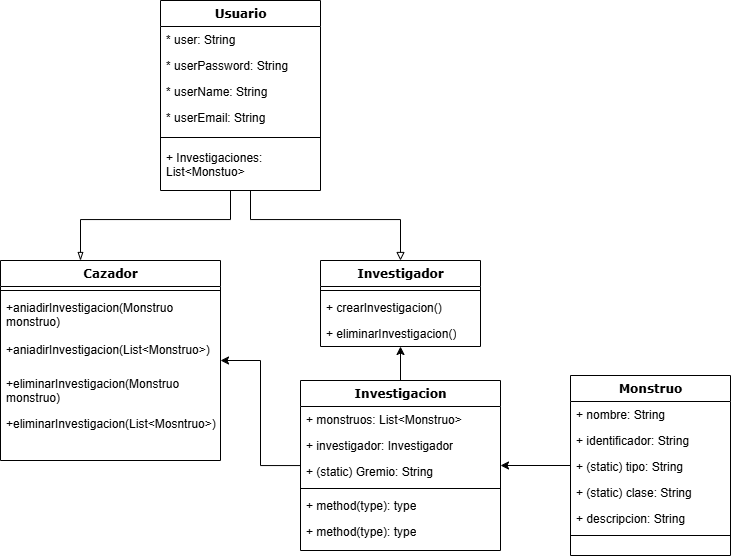
Above: images/diagrama-de-clases.drawio.png in eduardosmoralesglez/diario-del-cazador-mhw (draw.io), before the change. Source tidied: cells renumbered, new cells last; positions are measured from the earlier drawing's top-left corner, leaving out a move shared by most shapes.
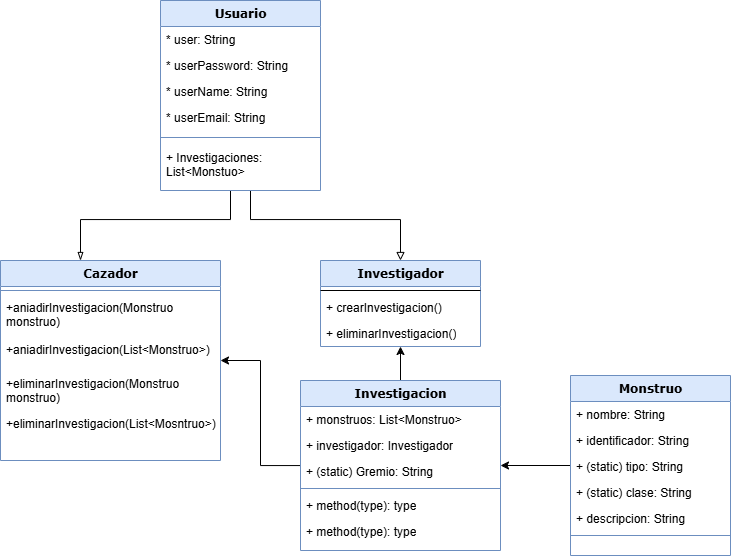
The same file after the commit.

What changed in the source:
```diff
@@ -18,7 +18,7 @@
         </Array>
       </mxGeometry>
     </mxCell>
-    <mxCell id="4" value="Usuario" style="swimlane;html=1;fontStyle=1;align=center;verticalAlign=top;horizontal=1;startSize=26;swimlaneFillColor=#ffffff;rounded=0;shadow=0;comic=0;labelBackgroundColor=none;strokeWidth=1;fillColor=none;fontFamily=Verdana;fontSize=12;" parent="1" vertex="1">
+    <mxCell id="4" value="Usuario" style="swimlane;html=1;fontStyle=1;align=center;verticalAlign=top;horizontal=1;startSize=26;swimlaneFillColor=#ffffff;rounded=0;shadow=0;comic=0;labelBackgroundColor=none;strokeWidth=1;fillColor=#dae8fc;fontFamily=Verdana;fontSize=12;strokeColor=#6c8ebf;" parent="1" vertex="1">
       <mxGeometry x="160" width="160" height="190" as="geometry" />
     </mxCell>
     <mxCell id="5" value="* user: String" style="text;html=1;strokeColor=none;fillColor=none;align=left;verticalAlign=top;spacingLeft=4;spacingRight=4;whiteSpace=wrap;overflow=hidden;" parent="4" vertex="1">
@@ -33,16 +33,16 @@
     <mxCell id="8" value="* userEmail: String" style="text;html=1;strokeColor=none;fillColor=none;align=left;verticalAlign=top;spacingLeft=4;spacingRight=4;whiteSpace=wrap;overflow=hidden;" parent="4" vertex="1">
       <mxGeometry y="104" width="160" height="26" as="geometry" />
     </mxCell>
-    <mxCell id="9" style="line;html=1;strokeWidth=1;fillColor=none;align=left;verticalAlign=middle;spacingTop=-1;spacingLeft=3;spacingRight=3;labelPosition=right;" parent="4" vertex="1">
+    <mxCell id="9" style="line;html=1;strokeWidth=1;fillColor=#dae8fc;align=left;verticalAlign=middle;spacingTop=-1;spacingLeft=3;spacingRight=3;labelPosition=right;strokeColor=#6c8ebf;" parent="4" vertex="1">
       <mxGeometry y="130" width="160" height="14" as="geometry" />
     </mxCell>
     <mxCell id="10" value="+ Investigaciones: List&amp;lt;Monstuo&amp;gt;" style="text;html=1;strokeColor=none;fillColor=none;align=left;verticalAlign=top;spacingLeft=4;spacingRight=4;whiteSpace=wrap;overflow=hidden;" parent="4" vertex="1">
       <mxGeometry y="144" width="160" height="46" as="geometry" />
     </mxCell>
-    <mxCell id="11" value="Cazador" style="swimlane;html=1;fontStyle=1;align=center;verticalAlign=top;horizontal=1;startSize=26;swimlaneFillColor=#ffffff;rounded=0;shadow=0;comic=0;labelBackgroundColor=none;strokeWidth=1;fillColor=none;fontFamily=Verdana;fontSize=12;" parent="1" vertex="1">
+    <mxCell id="11" value="Cazador" style="swimlane;html=1;fontStyle=1;align=center;verticalAlign=top;horizontal=1;startSize=26;swimlaneFillColor=#ffffff;rounded=0;shadow=0;comic=0;labelBackgroundColor=none;strokeWidth=1;fillColor=#dae8fc;fontFamily=Verdana;fontSize=12;strokeColor=#6c8ebf;" parent="1" vertex="1">
       <mxGeometry y="260" width="220" height="200" as="geometry" />
     </mxCell>
-    <mxCell id="12" style="line;html=1;strokeWidth=1;fillColor=none;align=left;verticalAlign=middle;spacingTop=-1;spacingLeft=3;spacingRight=3;labelPosition=right;" parent="11" vertex="1">
+    <mxCell id="12" style="line;html=1;strokeWidth=1;fillColor=#dae8fc;align=left;verticalAlign=middle;spacingTop=-1;spacingLeft=3;spacingRight=3;labelPosition=right;strokeColor=#6c8ebf;" parent="11" vertex="1">
       <mxGeometry y="26" width="220" height="8" as="geometry" />
     </mxCell>
     <mxCell id="13" value="+aniadirInvestigacion(Monstruo monstruo)" style="text;html=1;strokeColor=none;fillColor=none;align=left;verticalAlign=top;spacingLeft=4;spacingRight=4;whiteSpace=wrap;overflow=hidden;" parent="11" vertex="1">
@@ -57,7 +57,7 @@
     <mxCell id="16" value="+eliminarInvestigacion(List&amp;lt;Mosntruo&amp;gt;)" style="text;html=1;strokeColor=none;fillColor=none;align=left;verticalAlign=top;spacingLeft=4;spacingRight=4;whiteSpace=wrap;overflow=hidden;" parent="11" vertex="1">
       <mxGeometry y="150" width="220" height="50" as="geometry" />
     </mxCell>
-    <mxCell id="17" value="Investigador" style="swimlane;html=1;fontStyle=1;align=center;verticalAlign=top;horizontal=1;startSize=26;swimlaneFillColor=#ffffff;rounded=0;shadow=0;comic=0;labelBackgroundColor=none;strokeWidth=1;fillColor=none;fontFamily=Verdana;fontSize=12;" parent="1" vertex="1">
+    <mxCell id="17" value="Investigador" style="swimlane;html=1;fontStyle=1;align=center;verticalAlign=top;horizontal=1;startSize=26;swimlaneFillColor=#ffffff;rounded=0;shadow=0;comic=0;labelBackgroundColor=none;strokeWidth=1;fillColor=#dae8fc;fontFamily=Verdana;fontSize=12;strokeColor=#6c8ebf;" parent="1" vertex="1">
       <mxGeometry x="320" y="260" width="160" height="86" as="geometry" />
     </mxCell>
     <mxCell id="18" style="line;html=1;strokeWidth=1;fillColor=none;align=left;verticalAlign=middle;spacingTop=-1;spacingLeft=3;spacingRight=3;labelPosition=right;" parent="17" vertex="1">
@@ -75,7 +75,7 @@
     <mxCell id="22" style="edgeStyle=orthogonalEdgeStyle;rounded=0;jettySize=auto;html=1;" parent="1" edge="1" source="23" target="17">
       <mxGeometry relative="1" as="geometry" />
     </mxCell>
-    <mxCell id="23" value="Investigacion" style="swimlane;html=1;fontStyle=1;align=center;verticalAlign=top;horizontal=1;startSize=26;swimlaneFillColor=#ffffff;rounded=0;shadow=0;comic=0;labelBackgroundColor=none;strokeWidth=1;fillColor=none;fontFamily=Verdana;fontSize=12;" parent="1" vertex="1">
+    <mxCell id="23" value="Investigacion" style="swimlane;html=1;fontStyle=1;align=center;verticalAlign=top;horizontal=1;startSize=26;swimlaneFillColor=#ffffff;rounded=0;shadow=0;comic=0;labelBackgroundColor=none;strokeWidth=1;fillColor=#dae8fc;fontFamily=Verdana;fontSize=12;strokeColor=#6c8ebf;" parent="1" vertex="1">
       <mxGeometry x="300" y="380" width="200" height="170" as="geometry" />
     </mxCell>
     <mxCell id="24" value="+ monstruos: List&amp;lt;Monstruo&amp;gt;" style="text;html=1;strokeColor=none;fillColor=none;align=left;verticalAlign=top;spacingLeft=4;spacingRight=4;whiteSpace=wrap;overflow=hidden;" parent="23" vertex="1">
@@ -87,7 +87,7 @@
     <mxCell id="26" value="+ (static) Gremio: String" style="text;html=1;strokeColor=none;fillColor=none;align=left;verticalAlign=top;spacingLeft=4;spacingRight=4;whiteSpace=wrap;overflow=hidden;" parent="23" vertex="1">
       <mxGeometry y="78" width="200" height="26" as="geometry" />
     </mxCell>
-    <mxCell id="27" style="line;html=1;strokeWidth=1;fillColor=none;align=left;verticalAlign=middle;spacingTop=-1;spacingLeft=3;spacingRight=3;labelPosition=right;" parent="23" vertex="1">
+    <mxCell id="27" style="line;html=1;strokeWidth=1;fillColor=#dae8fc;align=left;verticalAlign=middle;spacingTop=-1;spacingLeft=3;spacingRight=3;labelPosition=right;strokeColor=#6c8ebf;" parent="23" vertex="1">
       <mxGeometry y="104" width="200" height="8" as="geometry" />
     </mxCell>
     <mxCell id="28" value="+ method(type): type" style="text;html=1;strokeColor=none;fillColor=none;align=left;verticalAlign=top;spacingLeft=4;spacingRight=4;whiteSpace=wrap;overflow=hidden;" parent="23" vertex="1">
@@ -99,7 +99,7 @@
     <mxCell id="30" style="edgeStyle=orthogonalEdgeStyle;rounded=0;jettySize=auto;html=1;" parent="1" edge="1" source="31" target="23">
       <mxGeometry relative="1" as="geometry" />
     </mxCell>
-    <mxCell id="31" value="Monstruo" style="swimlane;html=1;fontStyle=1;align=center;verticalAlign=top;horizontal=1;startSize=26;swimlaneFillColor=#ffffff;rounded=0;shadow=0;comic=0;labelBackgroundColor=none;strokeWidth=1;fillColor=none;fontFamily=Verdana;fontSize=12;" parent="1" vertex="1">
+    <mxCell id="31" value="Monstruo" style="swimlane;html=1;fontStyle=1;align=center;verticalAlign=top;horizontal=1;startSize=26;swimlaneFillColor=#ffffff;rounded=0;shadow=0;comic=0;labelBackgroundColor=none;strokeWidth=1;fillColor=#dae8fc;fontFamily=Verdana;fontSize=12;strokeColor=#6c8ebf;" parent="1" vertex="1">
       <mxGeometry x="570" y="375" width="160" height="180" as="geometry" />
     </mxCell>
     <mxCell id="32" value="+ nombre: String" style="text;html=1;strokeColor=none;fillColor=none;align=left;verticalAlign=top;spacingLeft=4;spacingRight=4;whiteSpace=wrap;overflow=hidden;" parent="31" vertex="1">
@@ -117,7 +117,7 @@
     <mxCell id="36" value="+ descripcion: String" style="text;html=1;strokeColor=none;fillColor=none;align=left;verticalAlign=top;spacingLeft=4;spacingRight=4;whiteSpace=wrap;overflow=hidden;" parent="31" vertex="1">
       <mxGeometry y="130" width="160" height="26" as="geometry" />
     </mxCell>
-    <mxCell id="37" style="line;html=1;strokeWidth=1;fillColor=none;align=left;verticalAlign=middle;spacingTop=-1;spacingLeft=3;spacingRight=3;labelPosition=right;" parent="31" vertex="1">
+    <mxCell id="37" style="line;html=1;strokeWidth=1;fillColor=#dae8fc;align=left;verticalAlign=middle;spacingTop=-1;spacingLeft=3;spacingRight=3;labelPosition=right;strokeColor=#6c8ebf;" parent="31" vertex="1">
       <mxGeometry y="156" width="160" height="8" as="geometry" />
     </mxCell>
   </root>
```
